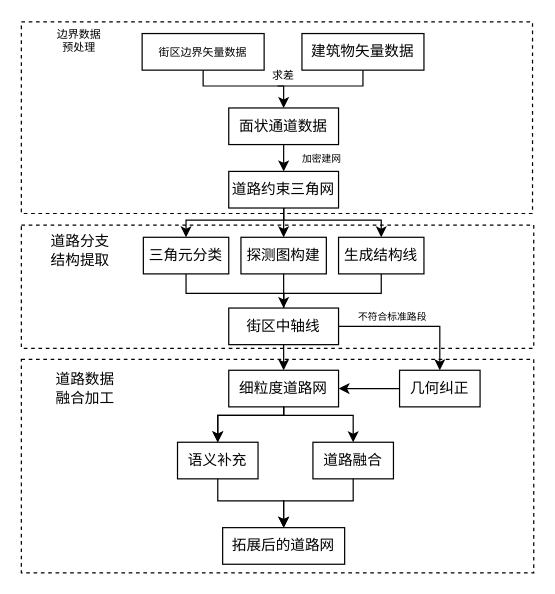
Before: page "第 2 页" (2 of 2) of Untitled Diagram.drawio in glancccc/CS-Books, a draw.io diagram. Source tidied: cells renumbered, new cells numbered last; positions are measured from the earlier drawing's top-left corner, leaving out a move shared by most shapes. Both pictures are drawn from the tidied source at 122%, with x=0, y=0 at pixel (21, 22).
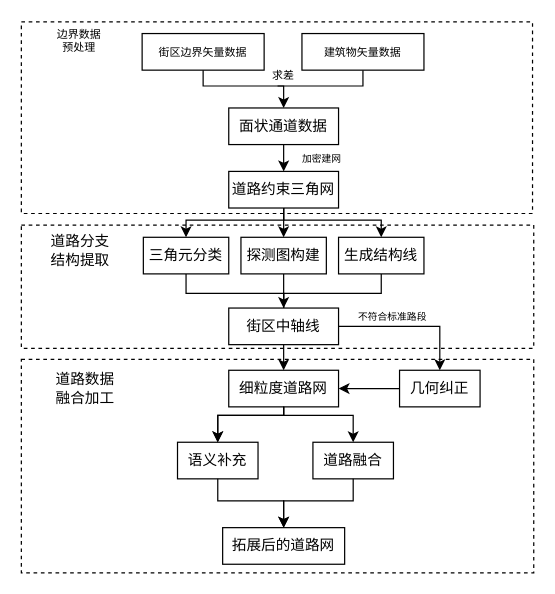
The same diagram, later.

The edit, as a diff of the source:
```diff
@@
-    <mxCell id="18" value="建筑物矢量数据" style="rounded=0;whiteSpace=wrap;html=1;fontSize=12;glass=0;strokeWidth=1;shadow=0;" parent="1" vertex="1">
+    <mxCell id="18" value="&lt;font style=&quot;font-size: 9px;&quot;&gt;建筑物矢量数据&lt;/font&gt;" style="rounded=0;whiteSpace=wrap;html=1;fontSize=12;glass=0;strokeWidth=1;shadow=0;" parent="1" vertex="1">
       <mxGeometry x="230" y="9" width="100" height="30" as="geometry" />
     </mxCell>
```
